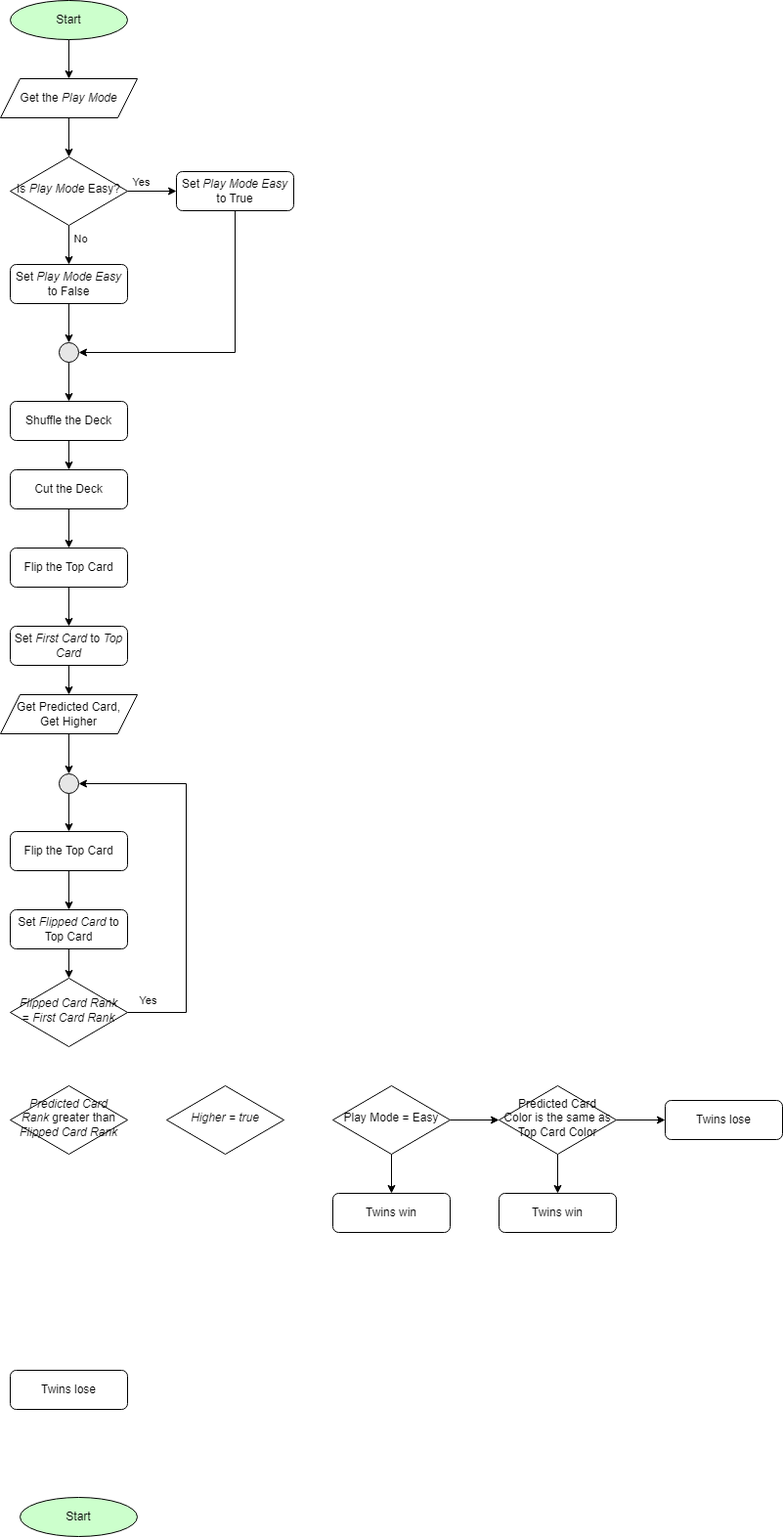
Earlier version of the draw.io export Red_Black_High_Low.drawio.png (ferthelet/techlelevator). Source tidied: cells renumbered, new cells last; positions are measured from the earlier drawing's top-left corner, leaving out a move shared by most shapes.
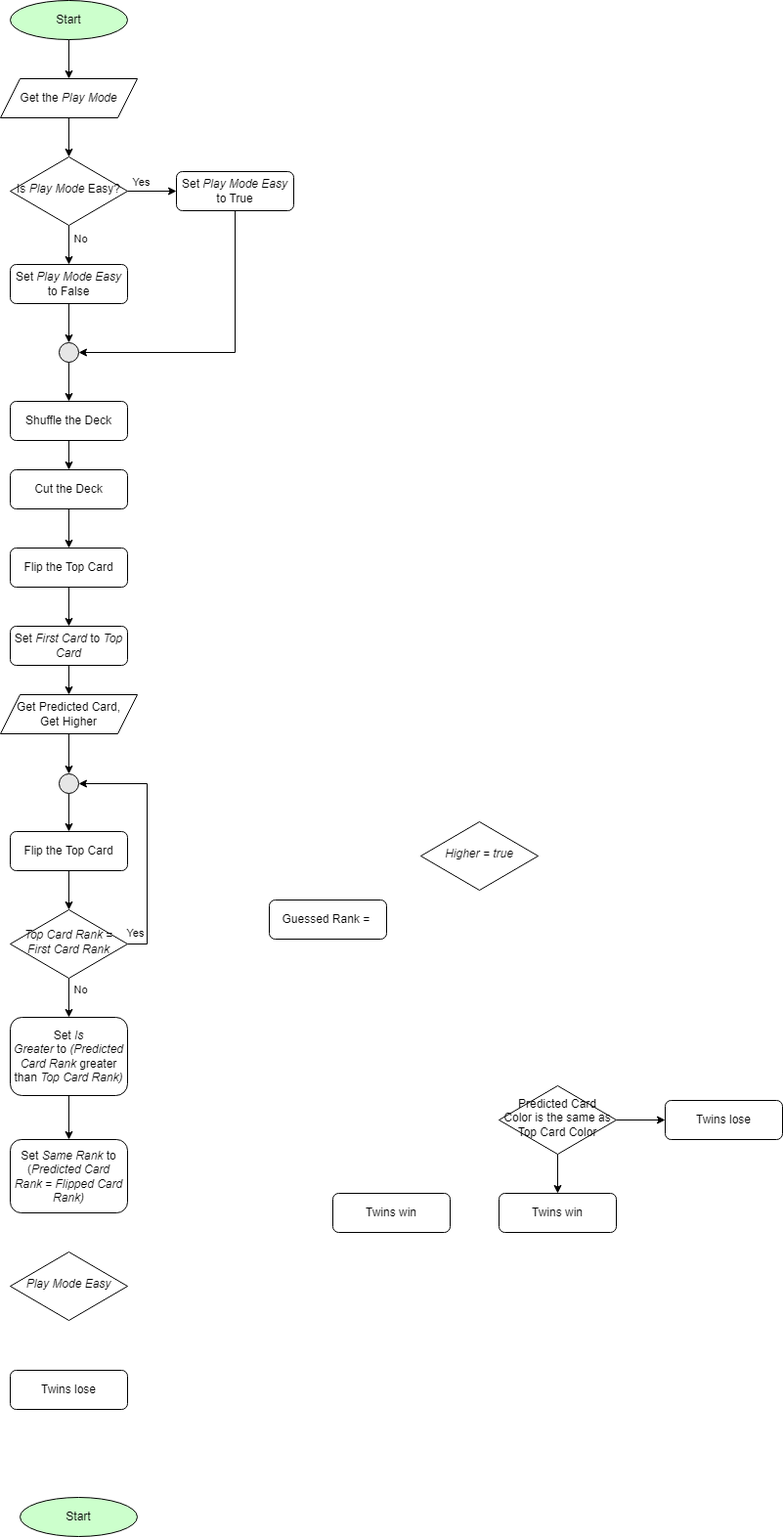
The same file after the commit.

Diff of the diagram source:
```diff
@@ -1,4 +1,4 @@
-<mxGraphModel>
+<mxGraphModel background="#ffffff">
   <root>
     <mxCell id="0" />
     <mxCell id="1" parent="0" />
@@ -79,23 +79,11 @@
     <mxCell id="24" value="Get Predicted Card,&lt;div&gt;Get Higher&lt;/div&gt;" style="shape=parallelogram;perimeter=parallelogramPerimeter;whiteSpace=wrap;html=1;fixedSize=1;" parent="1" vertex="1">
       <mxGeometry y="710" width="140" height="40" as="geometry" />
     </mxCell>
-    <mxCell id="25" value="&lt;i&gt;Predicted Card Rank&lt;/i&gt; greater than &lt;i&gt;Flipped Card Rank&lt;/i&gt;" style="rhombus;whiteSpace=wrap;html=1;shadow=0;fontFamily=Helvetica;fontSize=12;align=center;strokeWidth=1;spacing=6;spacingTop=-4;" parent="1" vertex="1">
-      <mxGeometry x="10" y="1110" width="120" height="70" as="geometry" />
-    </mxCell>
-    <mxCell id="26" style="edgeStyle=orthogonalEdgeStyle;rounded=0;jettySize=auto;html=1;" parent="1" edge="1" source="27" target="47">
-      <mxGeometry relative="1" as="geometry" />
-    </mxCell>
     <mxCell id="27" value="Flip the Top Card" style="rounded=1;whiteSpace=wrap;html=1;fontSize=12;glass=0;strokeWidth=1;shadow=0;" parent="1" vertex="1">
       <mxGeometry x="10" y="850" width="120" height="40" as="geometry" />
     </mxCell>
-    <mxCell id="28" style="edgeStyle=orthogonalEdgeStyle;rounded=0;jettySize=auto;html=1;" parent="1" edge="1" source="30" target="35">
-      <mxGeometry relative="1" as="geometry" />
-    </mxCell>
-    <mxCell id="29" style="edgeStyle=orthogonalEdgeStyle;rounded=0;jettySize=auto;html=1;" parent="1" edge="1" source="30" target="32">
-      <mxGeometry relative="1" as="geometry" />
-    </mxCell>
-    <mxCell id="30" value="Play Mode = Easy" style="rhombus;whiteSpace=wrap;html=1;shadow=0;fontFamily=Helvetica;fontSize=12;align=center;strokeWidth=1;spacing=6;spacingTop=-4;" parent="1" vertex="1">
-      <mxGeometry x="340" y="1110" width="120" height="70" as="geometry" />
+    <mxCell id="30" value="&lt;i&gt;Play Mode Easy&lt;/i&gt;" style="rhombus;whiteSpace=wrap;html=1;shadow=0;fontFamily=Helvetica;fontSize=12;align=center;strokeWidth=1;spacing=6;spacingTop=-4;" parent="1" vertex="1">
+      <mxGeometry x="10" y="1280" width="120" height="70" as="geometry" />
     </mxCell>
     <mxCell id="31" value="Twins win" style="rounded=1;whiteSpace=wrap;html=1;fontSize=12;glass=0;strokeWidth=1;shadow=0;" parent="1" vertex="1">
       <mxGeometry x="510" y="1220" width="120" height="40" as="geometry" />
@@ -122,20 +110,23 @@
       <mxGeometry x="10" y="640" width="120" height="40" as="geometry" />
     </mxCell>
     <mxCell id="39" style="edgeStyle=orthogonalEdgeStyle;rounded=0;jettySize=auto;html=1;entryX=1;entryY=0.5;entryDx=0;entryDy=0;exitX=1;exitY=0.5;exitDx=0;exitDy=0;" parent="1" edge="1" source="41" target="43">
-      <mxGeometry relative="1" as="geometry">
-        <Array as="points">
-          <mxPoint x="190" y="1035" />
-          <mxPoint x="190" y="801" />
-        </Array>
-      </mxGeometry>
+      <mxGeometry relative="1" as="geometry" />
     </mxCell>
     <mxCell id="40" value="Yes" style="edgeLabel;html=1;align=center;verticalAlign=middle;" parent="39" vertex="1">
-      <mxGeometry x="-0.9" relative="1" as="geometry">
-        <mxPoint y="-13" as="offset" />
+      <mxGeometry x="-0.6" y="2" relative="1" as="geometry">
+        <mxPoint x="-11" y="19" as="offset" />
       </mxGeometry>
     </mxCell>
+    <mxCell id="49" style="edgeStyle=orthogonalEdgeStyle;rounded=0;jettySize=auto;html=1;entryX=0.5;entryY=0;entryDx=0;entryDy=0;" parent="1" edge="1" source="41" target="53">
+      <mxGeometry relative="1" as="geometry" />
+    </mxCell>
+    <mxCell id="50" value="No" style="edgeLabel;html=1;align=center;verticalAlign=middle;" parent="49" vertex="1">
+      <mxGeometry x="-0.2" y="-2" relative="1" as="geometry">
+        <mxPoint x="13" y="-5" as="offset" />
+      </mxGeometry>
+    </mxCell>
-    <mxCell id="41" value="&lt;i&gt;Flipped Card Rank&lt;/i&gt; = &lt;i&gt;First Card Rank&lt;/i&gt;" style="rhombus;whiteSpace=wrap;html=1;shadow=0;fontFamily=Helvetica;fontSize=12;align=center;strokeWidth=1;spacing=6;spacingTop=-4;" parent="1" vertex="1">
-      <mxGeometry x="10" y="1000" width="120" height="70" as="geometry" />
+    <mxCell id="41" value="&lt;i&gt;Top Card Rank&lt;/i&gt; = &lt;i&gt;First Card Rank&lt;/i&gt;" style="rhombus;whiteSpace=wrap;html=1;shadow=0;fontFamily=Helvetica;fontSize=12;align=center;strokeWidth=1;spacing=6;spacingTop=-4;" parent="1" vertex="1">
+      <mxGeometry x="10" y="930" width="120" height="70" as="geometry" />
     </mxCell>
     <mxCell id="42" style="edgeStyle=orthogonalEdgeStyle;rounded=0;jettySize=auto;html=1;exitX=0.5;exitY=1;exitDx=0;exitDy=0;entryX=0.5;entryY=0;entryDx=0;entryDy=0;" parent="1" edge="1" source="43" target="27">
       <mxGeometry relative="1" as="geometry" />
@@ -149,14 +140,23 @@
     <mxCell id="45" value="Twins lose" style="rounded=1;whiteSpace=wrap;html=1;fontSize=12;glass=0;strokeWidth=1;shadow=0;" parent="1" vertex="1">
       <mxGeometry x="10" y="1401" width="120" height="40" as="geometry" />
     </mxCell>
-    <mxCell id="46" style="edgeStyle=orthogonalEdgeStyle;rounded=0;jettySize=auto;html=1;" parent="1" edge="1" source="47" target="41">
+    <mxCell id="46" style="edgeStyle=orthogonalEdgeStyle;rounded=0;jettySize=auto;html=1;exitX=0.5;exitY=1;exitDx=0;exitDy=0;" parent="1" edge="1" source="27" target="41">
       <mxGeometry relative="1" as="geometry" />
     </mxCell>
-    <mxCell id="47" value="Set &lt;i&gt;Flipped Card&lt;/i&gt; to Top Card" style="rounded=1;whiteSpace=wrap;html=1;fontSize=12;glass=0;strokeWidth=1;shadow=0;" parent="1" vertex="1">
-      <mxGeometry x="10" y="930" width="120" height="40" as="geometry" />
-    </mxCell>
     <mxCell id="48" value="&lt;i&gt;Higher = true&lt;/i&gt;" style="rhombus;whiteSpace=wrap;html=1;shadow=0;fontFamily=Helvetica;fontSize=12;align=center;strokeWidth=1;spacing=6;spacingTop=-4;" parent="1" vertex="1">
-      <mxGeometry x="170" y="1110" width="120" height="70" as="geometry" />
+      <mxGeometry x="430" y="840" width="120" height="70" as="geometry" />
     </mxCell>
+    <mxCell id="51" value="Guessed Rank =&amp;nbsp;" style="rounded=1;whiteSpace=wrap;html=1;fontSize=12;glass=0;strokeWidth=1;shadow=0;" parent="1" vertex="1">
+      <mxGeometry x="275" y="920" width="120" height="40" as="geometry" />
+    </mxCell>
+    <mxCell id="52" style="edgeStyle=orthogonalEdgeStyle;rounded=0;jettySize=auto;html=1;" parent="1" edge="1" source="53" target="54">
+      <mxGeometry relative="1" as="geometry" />
+    </mxCell>
+    <mxCell id="53" value="Set&amp;nbsp;&lt;i&gt;Is Greater&amp;nbsp;&lt;/i&gt;to&amp;nbsp;&lt;i&gt;(Predicted Card Rank&lt;/i&gt;&amp;nbsp;greater than&amp;nbsp;&lt;i&gt;Top Card Rank)&lt;/i&gt;" style="rounded=1;whiteSpace=wrap;html=1;" parent="1" vertex="1">
+      <mxGeometry x="10" y="1040" width="120" height="80" as="geometry" />
+    </mxCell>
+    <mxCell id="54" value="Set &lt;i&gt;Same Rank&lt;/i&gt; to (&lt;i&gt;Predicted Card Rank&lt;/i&gt;&amp;nbsp;= &lt;i&gt;Flipped Card Rank)&lt;/i&gt;" style="whiteSpace=wrap;html=1;rounded=1;" parent="1" vertex="1">
+      <mxGeometry x="10" y="1165" width="120" height="75" as="geometry" />
+    </mxCell>
   </root>
 </mxGraphModel>
```
